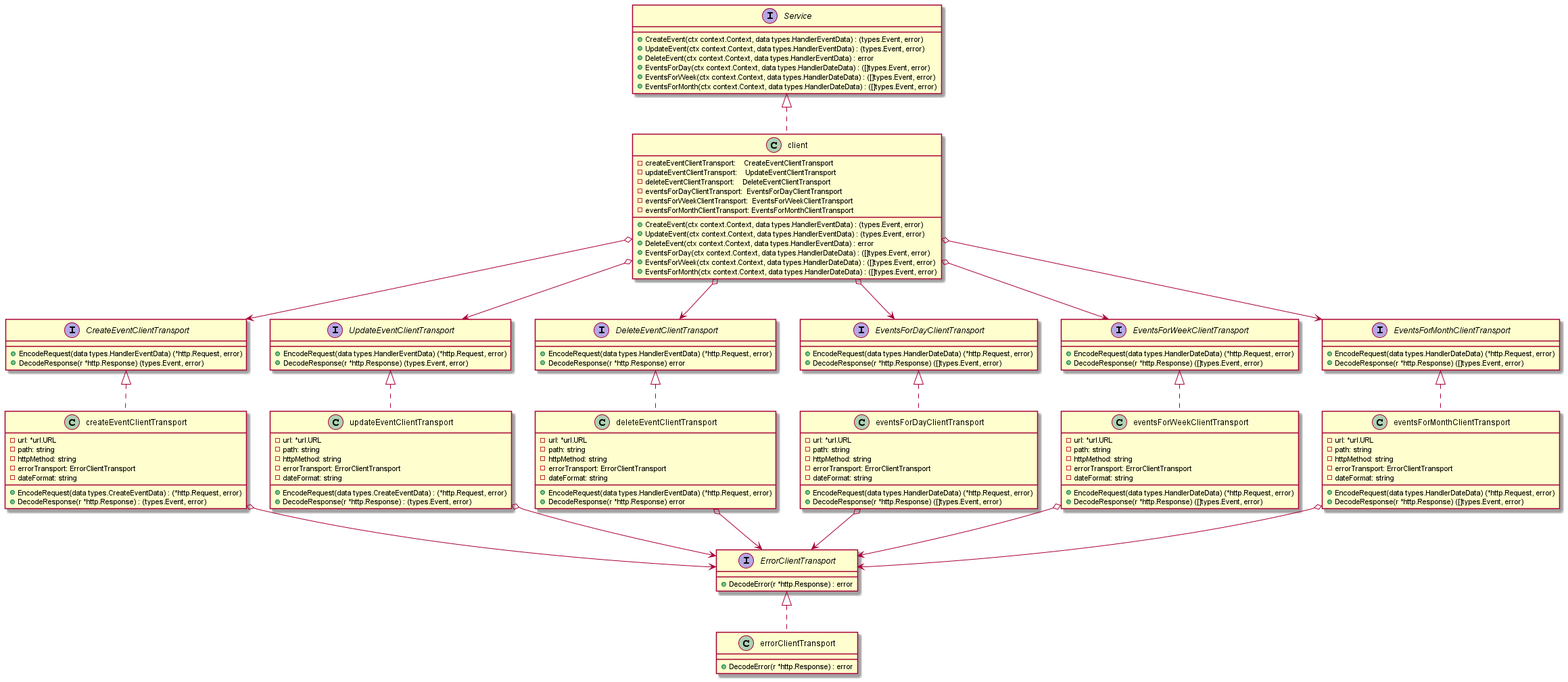
capitanFlint129/architectural-patterns-in-go keeps this PlantUML diagram as doc/other_tasks/calendar/calendar_client_class.png. Above is the earlier version.
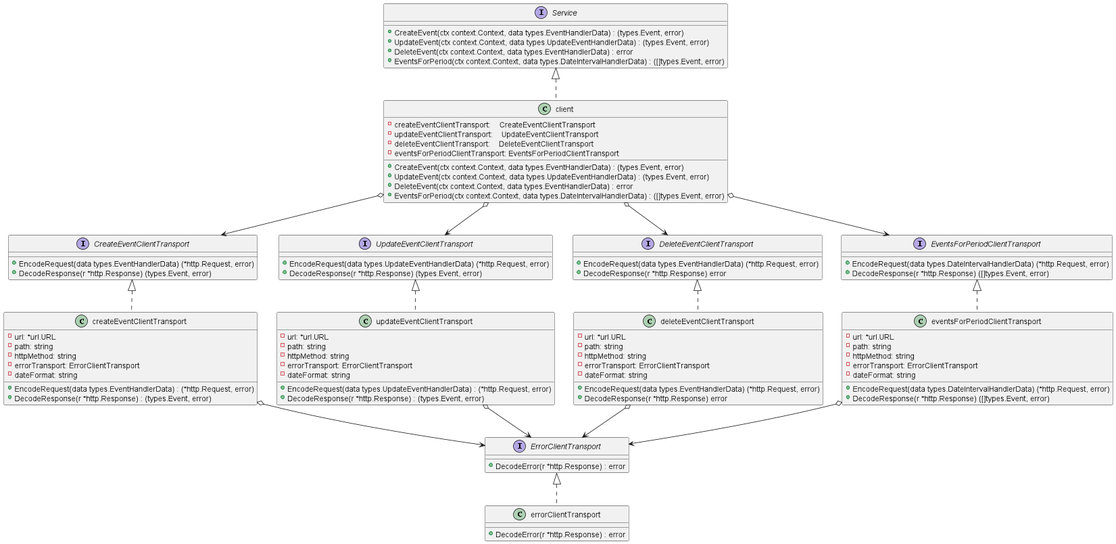
After the commit.

Commit message:
update client class diagram

What changed in the source:
```diff
@@ -2,41 +2,29 @@
 
 
 interface Service {
-	+CreateEvent(ctx context.Context, data types.HandlerEventData) : (types.Event, error)
-	+UpdateEvent(ctx context.Context, data types.HandlerEventData) : (types.Event, error)
-	+DeleteEvent(ctx context.Context, data types.HandlerEventData) : error
-	+EventsForDay(ctx context.Context, data types.HandlerDateData) : ([]types.Event, error)
-	+EventsForWeek(ctx context.Context, data types.HandlerDateData) : ([]types.Event, error)
-	+EventsForMonth(ctx context.Context, data types.HandlerDateData) : ([]types.Event, error)
+	+CreateEvent(ctx context.Context, data types.EventHandlerData) : (types.Event, error)
+	+UpdateEvent(ctx context.Context, data types.UpdateEventHandlerData) : (types.Event, error)
+	+DeleteEvent(ctx context.Context, data types.EventHandlerData) : error
+	+EventsForPeriod(ctx context.Context, data types.DateIntervalHandlerData) : ([]types.Event, error)
 }
 
 interface CreateEventClientTransport {
-	+EncodeRequest(data types.HandlerEventData) (*http.Request, error)
+	+EncodeRequest(data types.EventHandlerData) (*http.Request, error)
 	+DecodeResponse(r *http.Response) (types.Event, error)
 }
 
 interface UpdateEventClientTransport {
-	+EncodeRequest(data types.HandlerEventData) (*http.Request, error)
+	+EncodeRequest(data types.UpdateEventHandlerData) (*http.Request, error)
 	+DecodeResponse(r *http.Response) (types.Event, error)
 }
 
 interface DeleteEventClientTransport {
-	+EncodeRequest(data types.HandlerEventData) (*http.Request, error)
+	+EncodeRequest(data types.EventHandlerData) (*http.Request, error)
 	+DecodeResponse(r *http.Response) error
 }
 
-interface EventsForDayClientTransport {
-	+EncodeRequest(data types.HandlerDateData) (*http.Request, error)
-	+DecodeResponse(r *http.Response) ([]types.Event, error)
-}
-
-interface EventsForWeekClientTransport {
-	+EncodeRequest(data types.HandlerDateData) (*http.Request, error)
-	+DecodeResponse(r *http.Response) ([]types.Event, error)
-}
-
-interface EventsForMonthClientTransport {
-	+EncodeRequest(data types.HandlerDateData) (*http.Request, error)
+interface EventsForPeriodClientTransport {
+	+EncodeRequest(data types.DateIntervalHandlerData) (*http.Request, error)
 	+DecodeResponse(r *http.Response) ([]types.Event, error)
 }
 
@@ -49,16 +37,12 @@
     -createEventClientTransport:    CreateEventClientTransport
     -updateEventClientTransport:    UpdateEventClientTransport
     -deleteEventClientTransport:    DeleteEventClientTransport
-    -eventsForDayClientTransport:  EventsForDayClientTransport
-    -eventsForWeekClientTransport:  EventsForWeekClientTransport
-    -eventsForMonthClientTransport: EventsForMonthClientTransport
+    -eventsForPeriodClientTransport: EventsForPeriodClientTransport
 
-	+CreateEvent(ctx context.Context, data types.HandlerEventData) : (types.Event, error)
-	+UpdateEvent(ctx context.Context, data types.HandlerEventData) : (types.Event, error)
-	+DeleteEvent(ctx context.Context, data types.HandlerEventData) : error
-	+EventsForDay(ctx context.Context, data types.HandlerDateData) : ([]types.Event, error)
-	+EventsForWeek(ctx context.Context, data types.HandlerDateData) : ([]types.Event, error)
-	+EventsForMonth(ctx context.Context, data types.HandlerDateData) : ([]types.Event, error)
+	+CreateEvent(ctx context.Context, data types.EventHandlerData) : (types.Event, error)
+	+UpdateEvent(ctx context.Context, data types.UpdateEventHandlerData) : (types.Event, error)
+	+DeleteEvent(ctx context.Context, data types.EventHandlerData) : error
+	+EventsForPeriod(ctx context.Context, data types.DateIntervalHandlerData) : ([]types.Event, error)
 }
 
 class createEventClientTransport {
@@ -68,7 +52,7 @@
     -errorTransport: ErrorClientTransport
     -dateFormat: string
 
-    +EncodeRequest(data types.CreateEventData) : (*http.Request, error)
+    +EncodeRequest(data types.EventHandlerData) : (*http.Request, error)
     +DecodeResponse(r *http.Response) : (types.Event, error)
 }
 
@@ -79,7 +63,7 @@
     -errorTransport: ErrorClientTransport
     -dateFormat: string
 
-    +EncodeRequest(data types.CreateEventData) : (*http.Request, error)
+    +EncodeRequest(data types.UpdateEventHandlerData) : (*http.Request, error)
     +DecodeResponse(r *http.Response) : (types.Event, error)
 }
 
@@ -90,40 +74,18 @@
     -errorTransport: ErrorClientTransport
     -dateFormat: string
 
-	+EncodeRequest(data types.HandlerEventData) (*http.Request, error)
+	+EncodeRequest(data types.EventHandlerData) (*http.Request, error)
 	+DecodeResponse(r *http.Response) error
 }
 
-class eventsForDayClientTransport {
+class eventsForPeriodClientTransport {
     -url: *url.URL
     -path: string
     -httpMethod: string
     -errorTransport: ErrorClientTransport
     -dateFormat: string
 
-	+EncodeRequest(data types.HandlerDateData) (*http.Request, error)
-	+DecodeResponse(r *http.Response) ([]types.Event, error)
-}
-
-class eventsForWeekClientTransport {
-    -url: *url.URL
-    -path: string
-    -httpMethod: string
-    -errorTransport: ErrorClientTransport
-    -dateFormat: string
-
-	+EncodeRequest(data types.HandlerDateData) (*http.Request, error)
-	+DecodeResponse(r *http.Response) ([]types.Event, error)
-}
-
-class eventsForMonthClientTransport {
-    -url: *url.URL
-    -path: string
-    -httpMethod: string
-    -errorTransport: ErrorClientTransport
-    -dateFormat: string
-
-	+EncodeRequest(data types.HandlerDateData) (*http.Request, error)
+	+EncodeRequest(data types.DateIntervalHandlerData) (*http.Request, error)
 	+DecodeResponse(r *http.Response) ([]types.Event, error)
 }
 
@@ -136,24 +98,18 @@
 class createEventClientTransport implements CreateEventClientTransport
 class updateEventClientTransport implements UpdateEventClientTransport
 class deleteEventClientTransport implements DeleteEventClientTransport
-class eventsForDayClientTransport implements EventsForDayClientTransport
-class eventsForWeekClientTransport implements EventsForWeekClientTransport
-class eventsForMonthClientTransport implements EventsForMonthClientTransport
+class eventsForPeriodClientTransport implements EventsForPeriodClientTransport
 class errorClientTransport implements ErrorClientTransport
 
 
 client o--> CreateEventClientTransport
 client o--> UpdateEventClientTransport
 client o--> DeleteEventClientTransport
-client o--> EventsForDayClientTransport
-client o--> EventsForWeekClientTransport
-client o--> EventsForMonthClientTransport
+client o--> EventsForPeriodClientTransport
 
 createEventClientTransport o--> ErrorClientTransport
 updateEventClientTransport o--> ErrorClientTransport
 deleteEventClientTransport o--> ErrorClientTransport
-eventsForDayClientTransport o--> ErrorClientTransport
-eventsForWeekClientTransport o--> ErrorClientTransport
-eventsForMonthClientTransport o--> ErrorClientTransport
+eventsForPeriodClientTransport o--> ErrorClientTransport
 
 @enduml
```
